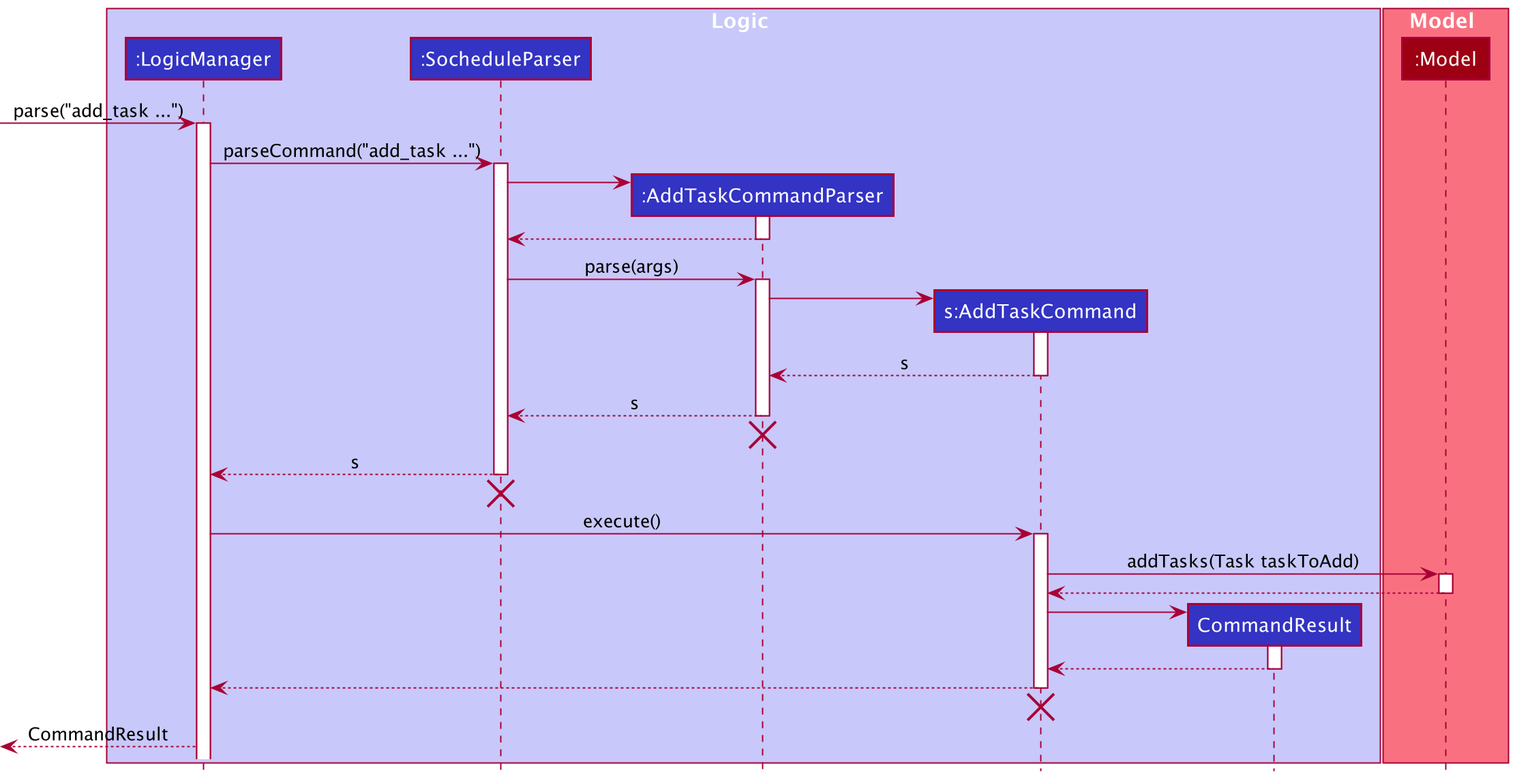
The PlantUML diagram docs/images/AddTaskCommandSequenceDiagram.png in nus-cs2103-AY2021S2/tp, before a commit.
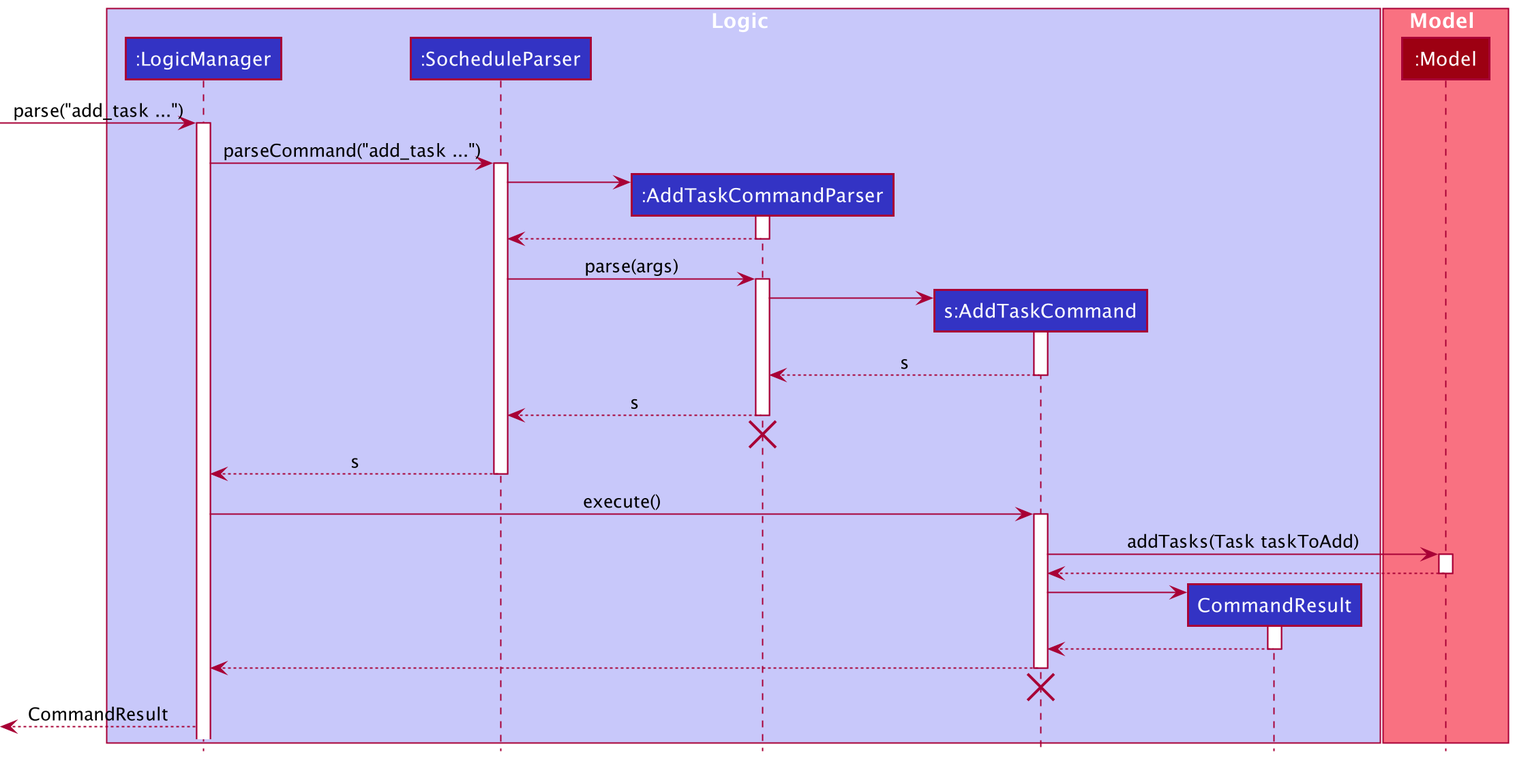
After the commit.

Commit message:
Fix diagram error

Change to the diagram source:
```diff
@@ -43,8 +43,6 @@
 
 LogicManager <-- SocheduleParser : s
 deactivate SocheduleParser
-SocheduleParser -[hidden]->[
-destroy SocheduleParser
 
 LogicManager -> AddTaskCommand : execute()
 activate AddTaskCommand
```
